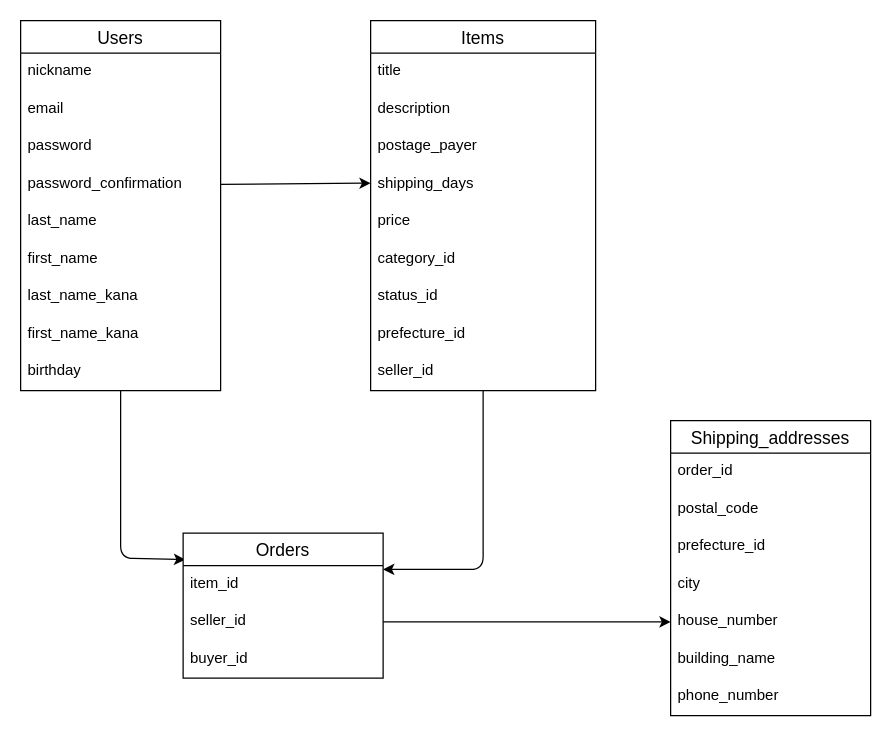
This is database.dio from milsio0117/furima-40822, a draw.io file, before an edit. Source tidied: cells renumbered, new cells numbered last; positions are measured from the earlier drawing's top-left corner, leaving out a move shared by most shapes. Both pictures are drawn from the tidied source at 125%, with x=0, y=0 at pixel (20, 20).
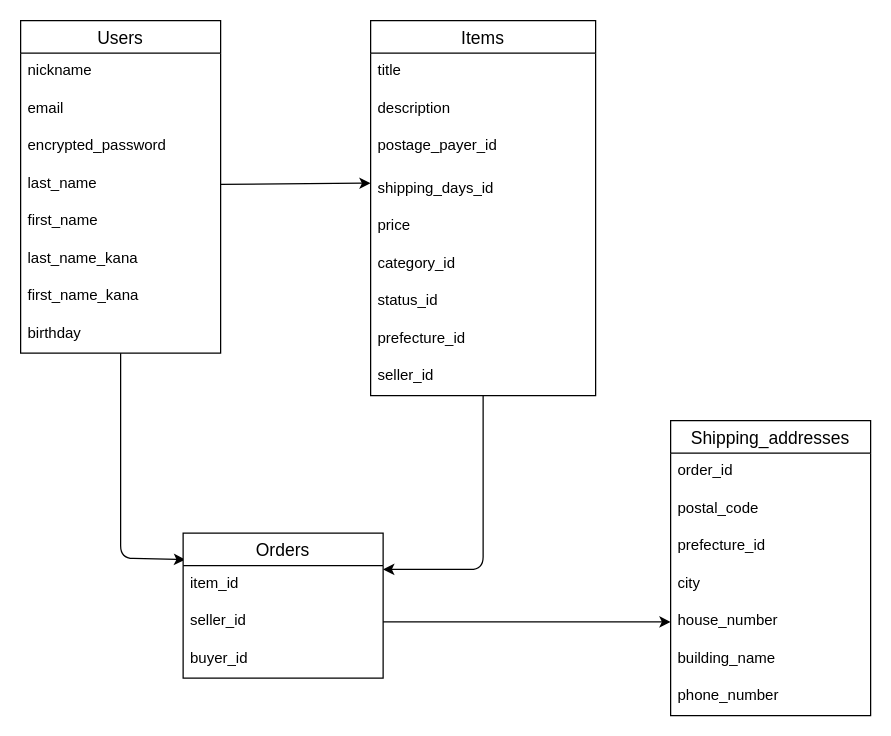
After the change.

The edit, as a diff of the source:
```diff
@@
     <mxCell id="3" value="Users" style="swimlane;fontStyle=0;horizontal=1;startSize=26;align=center;fontSize=14;" parent="1" vertex="1">
-      <mxGeometry width="160" height="296" as="geometry" />
+      <mxGeometry width="160" height="266" as="geometry" />
     </mxCell>
@@
-    <mxCell id="6" value="password" style="text;strokeColor=none;fillColor=none;spacingLeft=4;spacingRight=4;overflow=hidden;fontSize=12;" parent="3" vertex="1">
+    <mxCell id="6" value="encrypted_password" style="text;strokeColor=none;fillColor=none;spacingLeft=4;spacingRight=4;overflow=hidden;fontSize=12;" parent="3" vertex="1">
       <mxGeometry y="86" width="160" height="30" as="geometry" />
     </mxCell>
-    <mxCell id="7" value="password_confirmation" style="text;strokeColor=none;fillColor=none;spacingLeft=4;spacingRight=4;overflow=hidden;points=[[0,0.5],[1,0.5]];portConstraint=eastwest;fontSize=12;" parent="3" vertex="1">
-      <mxGeometry y="116" width="160" height="30" as="geometry" />
-    </mxCell>
     <mxCell id="8" value="last_name" style="text;strokeColor=none;fillColor=none;spacingLeft=4;spacingRight=4;overflow=hidden;fontSize=12;" parent="3" vertex="1">
-      <mxGeometry y="146" width="160" height="30" as="geometry" />
+      <mxGeometry y="116" width="160" height="30" as="geometry" />
     </mxCell>
     <mxCell id="9" value="first_name" style="text;strokeColor=none;fillColor=none;spacingLeft=4;spacingRight=4;overflow=hidden;fontSize=12;" parent="3" vertex="1">
-      <mxGeometry y="176" width="160" height="30" as="geometry" />
+      <mxGeometry y="146" width="160" height="30" as="geometry" />
     </mxCell>
     <mxCell id="10" value="last_name_kana" style="text;strokeColor=none;fillColor=none;spacingLeft=4;spacingRight=4;overflow=hidden;fontSize=12;" parent="3" vertex="1">
-      <mxGeometry y="206" width="160" height="30" as="geometry" />
+      <mxGeometry y="176" width="160" height="30" as="geometry" />
     </mxCell>
     <mxCell id="11" value="first_name_kana" style="text;strokeColor=none;fillColor=none;spacingLeft=4;spacingRight=4;overflow=hidden;fontSize=12;" parent="3" vertex="1">
-      <mxGeometry y="236" width="160" height="30" as="geometry" />
+      <mxGeometry y="206" width="160" height="30" as="geometry" />
     </mxCell>
     <mxCell id="12" value="birthday" style="text;strokeColor=none;fillColor=none;spacingLeft=4;spacingRight=4;overflow=hidden;fontSize=12;" parent="3" vertex="1">
-      <mxGeometry y="266" width="160" height="30" as="geometry" />
+      <mxGeometry y="236" width="160" height="30" as="geometry" />
     </mxCell>
@@
     <mxCell id="14" value="Items" style="swimlane;fontStyle=0;horizontal=1;startSize=26;align=center;fontSize=14;" parent="1" vertex="1">
-      <mxGeometry x="280" width="180" height="296" as="geometry" />
+      <mxGeometry x="280" width="180" height="300" as="geometry" />
     </mxCell>
@@
-    <mxCell id="17" value="postage_payer" style="text;strokeColor=none;fillColor=none;spacingLeft=4;spacingRight=4;overflow=hidden;fontSize=12;" parent="14" vertex="1">
-      <mxGeometry y="86" width="180" height="30" as="geometry" />
+    <mxCell id="17" value="postage_payer_id" style="text;strokeColor=none;fillColor=none;spacingLeft=4;spacingRight=4;overflow=hidden;fontSize=12;" parent="14" vertex="1">
+      <mxGeometry y="86" width="180" height="34" as="geometry" />
     </mxCell>
-    <mxCell id="18" value="shipping_days" style="text;strokeColor=none;fillColor=none;spacingLeft=4;spacingRight=4;overflow=hidden;fontSize=12;" parent="14" vertex="1">
-      <mxGeometry y="116" width="180" height="30" as="geometry" />
+    <mxCell id="18" value="shipping_days_id" style="text;strokeColor=none;fillColor=none;spacingLeft=4;spacingRight=4;overflow=hidden;fontSize=12;" parent="14" vertex="1">
+      <mxGeometry y="120" width="180" height="30" as="geometry" />
     </mxCell>
     <mxCell id="19" value="price" style="text;strokeColor=none;fillColor=none;spacingLeft=4;spacingRight=4;overflow=hidden;fontSize=12;" parent="14" vertex="1">
-      <mxGeometry y="146" width="180" height="30" as="geometry" />
+      <mxGeometry y="150" width="180" height="30" as="geometry" />
     </mxCell>
     <mxCell id="20" value="category_id" style="text;strokeColor=none;fillColor=none;spacingLeft=4;spacingRight=4;overflow=hidden;fontSize=12;" parent="14" vertex="1">
-      <mxGeometry y="176" width="180" height="30" as="geometry" />
+      <mxGeometry y="180" width="180" height="30" as="geometry" />
     </mxCell>
     <mxCell id="21" value="status_id" style="text;strokeColor=none;fillColor=none;spacingLeft=4;spacingRight=4;overflow=hidden;fontSize=12;" parent="14" vertex="1">
-      <mxGeometry y="206" width="180" height="30" as="geometry" />
+      <mxGeometry y="210" width="180" height="30" as="geometry" />
     </mxCell>
     <mxCell id="22" value="prefecture_id" style="text;strokeColor=none;fillColor=none;spacingLeft=4;spacingRight=4;overflow=hidden;fontSize=12;" parent="14" vertex="1">
-      <mxGeometry y="236" width="180" height="30" as="geometry" />
+      <mxGeometry y="240" width="180" height="30" as="geometry" />
     </mxCell>
     <mxCell id="23" value="seller_id" style="text;strokeColor=none;fillColor=none;spacingLeft=4;spacingRight=4;overflow=hidden;fontSize=12;" parent="14" vertex="1">
-      <mxGeometry y="266" width="180" height="30" as="geometry" />
+      <mxGeometry y="270" width="180" height="30" as="geometry" />
     </mxCell>
-    <mxCell id="24" style="edgeStyle=none;html=1;exitX=1;exitY=0.5;exitDx=0;exitDy=0;" parent="1" edge="1" source="7">
+    <mxCell id="24" style="edgeStyle=none;html=1;exitX=1;exitY=0.5;exitDx=0;exitDy=0;" parent="1" edge="1">
       <mxGeometry relative="1" as="geometry">
+        <mxPoint x="160" y="131" as="sourcePoint" />
         <mxPoint x="280" y="130" as="targetPoint" />
         <Array as="points">
           <mxPoint x="280" y="130" />
         </Array>
       </mxGeometry>
     </mxCell>
```
